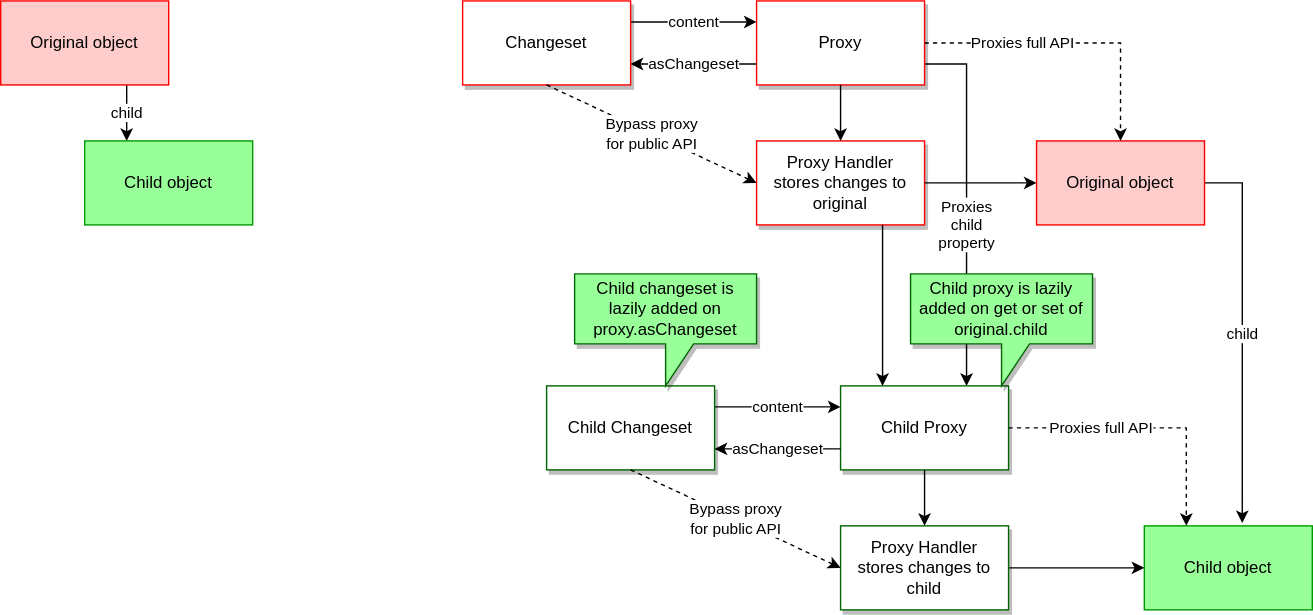
Before: structure.drawio.svg, a diagram exported from draw.io (adopted-ember-addons/validated-changeset). Source tidied: cells renumbered, new cells last; positions are measured from the earlier drawing's top-left corner, leaving out a move shared by most shapes.
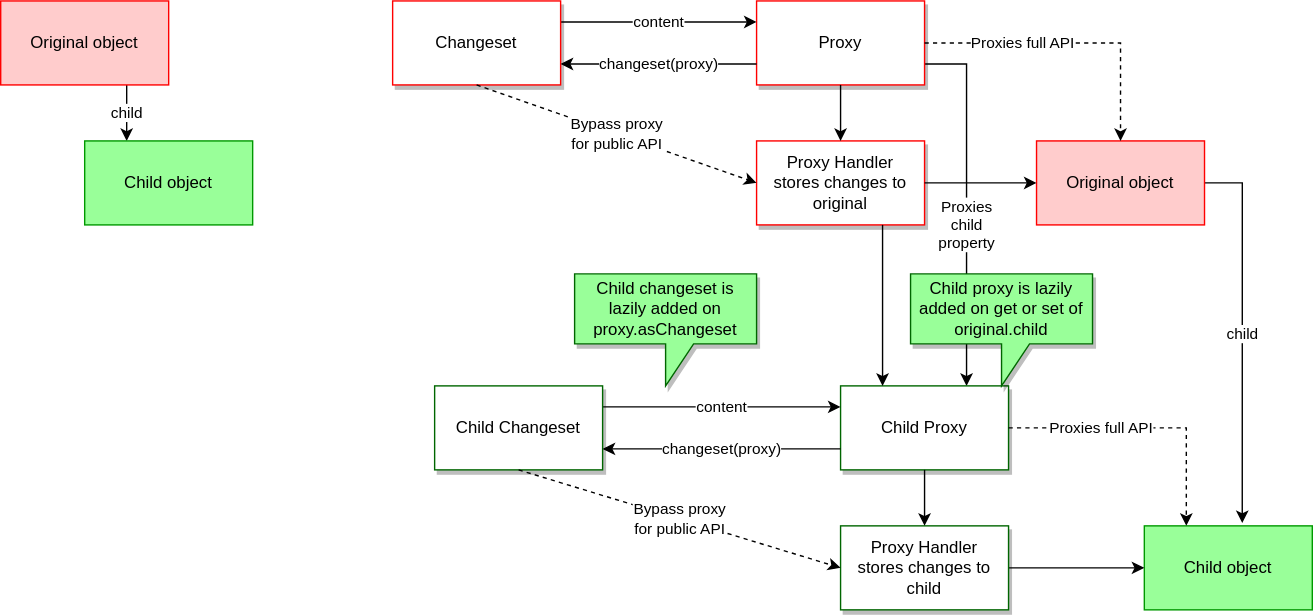
After the change.

Diff of the diagram source:
```diff
@@ -43,9 +43,9 @@
       <mxGeometry relative="1" as="geometry" />
     </mxCell>
     <mxCell id="14" value="Changeset" style="rounded=0;whiteSpace=wrap;html=1;shadow=1;strokeColor=#FF0000;" parent="1" vertex="1">
-      <mxGeometry x="330" width="120" height="60" as="geometry" />
+      <mxGeometry x="280" width="120" height="60" as="geometry" />
     </mxCell>
-    <mxCell id="15" value="asChangeset" style="endArrow=classic;html=1;rounded=0;entryX=1;entryY=0.75;entryDx=0;entryDy=0;exitX=0;exitY=0.75;exitDx=0;exitDy=0;" parent="1" edge="1" source="9" target="14">
+    <mxCell id="15" value="changeset(proxy)" style="endArrow=classic;html=1;rounded=0;entryX=1;entryY=0.75;entryDx=0;entryDy=0;exitX=0;exitY=0.75;exitDx=0;exitDy=0;" parent="1" edge="1" source="9" target="14">
       <mxGeometry relative="1" as="geometry" />
     </mxCell>
     <mxCell id="16" style="edgeStyle=orthogonalEdgeStyle;rounded=0;jettySize=auto;html=1;exitX=1;exitY=0.5;exitDx=0;exitDy=0;entryX=0;entryY=0.5;entryDx=0;entryDy=0;" parent="1" edge="1" source="18" target="8">
@@ -64,9 +64,9 @@
       <mxGeometry relative="1" as="geometry" />
     </mxCell>
     <mxCell id="21" value="Child Changeset" style="rounded=0;whiteSpace=wrap;html=1;strokeColor=#006600;shadow=1;" parent="1" vertex="1">
-      <mxGeometry x="390" y="275" width="120" height="60" as="geometry" />
+      <mxGeometry x="310" y="275" width="120" height="60" as="geometry" />
     </mxCell>
-    <mxCell id="22" value="asChangeset" style="endArrow=classic;html=1;rounded=0;entryX=1;entryY=0.75;entryDx=0;entryDy=0;exitX=0;exitY=0.75;exitDx=0;exitDy=0;" parent="1" edge="1" source="17" target="21">
+    <mxCell id="22" value="changeset(proxy)" style="endArrow=classic;html=1;rounded=0;entryX=1;entryY=0.75;entryDx=0;entryDy=0;exitX=0;exitY=0.75;exitDx=0;exitDy=0;" parent="1" edge="1" source="17" target="21">
       <mxGeometry relative="1" as="geometry" />
     </mxCell>
     <mxCell id="23" style="endArrow=classic;html=1;rounded=0;entryX=0.25;entryY=0;entryDx=0;entryDy=0;exitX=0.75;exitY=1;exitDx=0;exitDy=0;" parent="1" edge="1" source="10" target="17">
```
